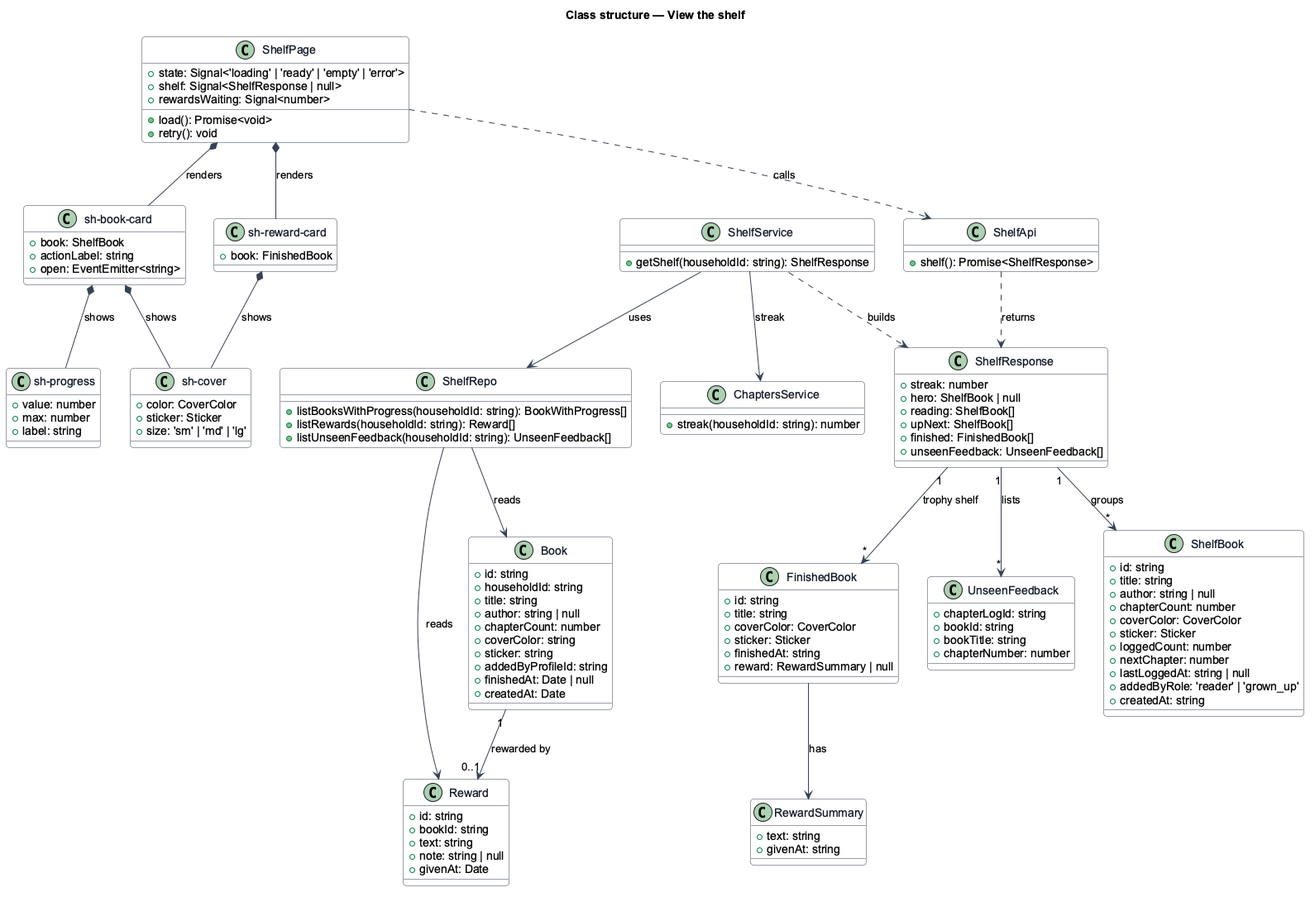
Before: docs/detailed-designs/books/view-shelf/diagrams/class-structure.png, a diagram exported from PlantUML (QuinntyneBrown/shelfie).
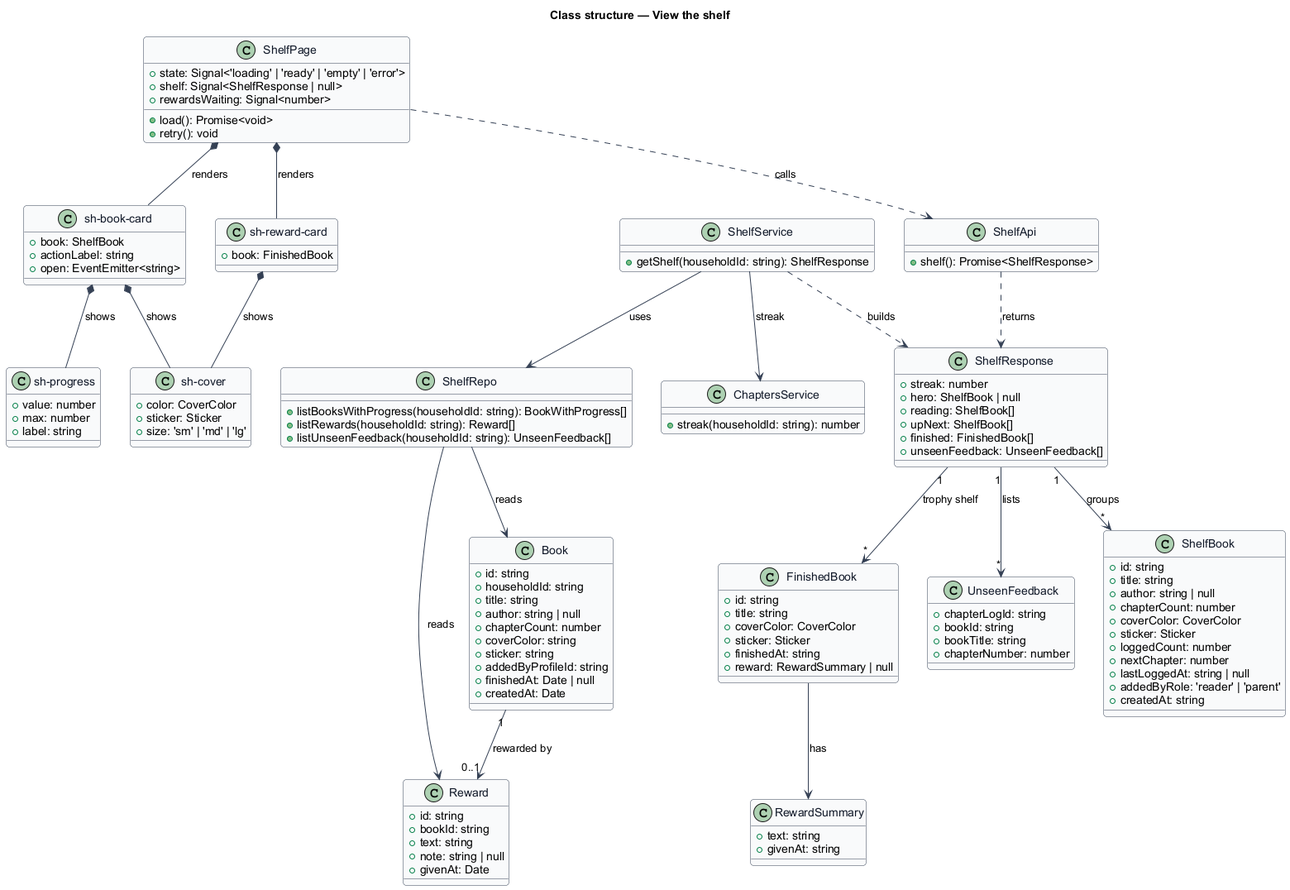
After the commit.

Change to the diagram source:
```diff
@@ -64,7 +64,7 @@
   +loggedCount: number
   +nextChapter: number
   +lastLoggedAt: string | null
-  +addedByRole: 'reader' | 'grown_up'
+  +addedByRole: 'reader' | 'parent'
   +createdAt: string
 }
 
```
